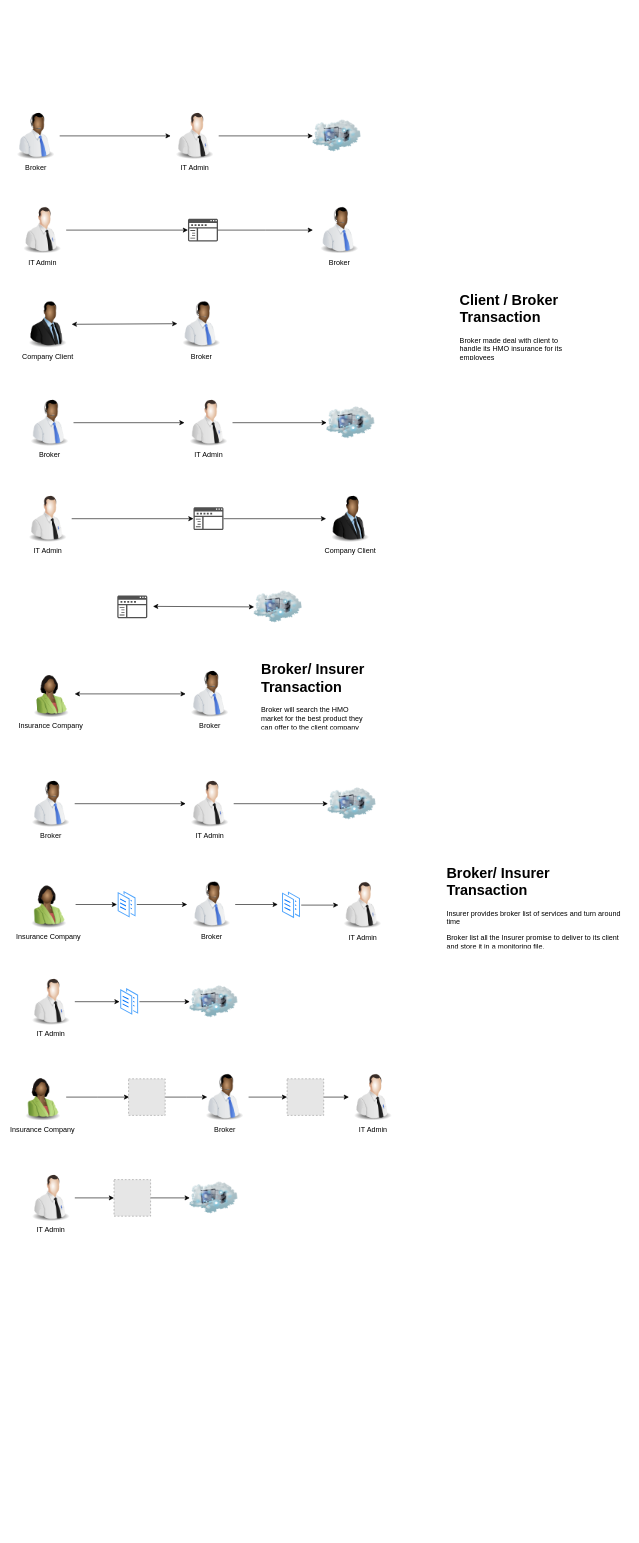
Before: page "current system claim process" (2 of 10) of howdengroup.drawio in jasarvn/howdengroup, a draw.io diagram. Source tidied: cells renumbered, new cells numbered last; positions are measured from the earlier drawing's top-left corner, leaving out a move shared by most shapes. Both pictures are drawn from the tidied source at 60%, with x=0, y=0 at pixel (11, 112). Pictures stored in the file or linked from it are replaced by grey dashed boxes.
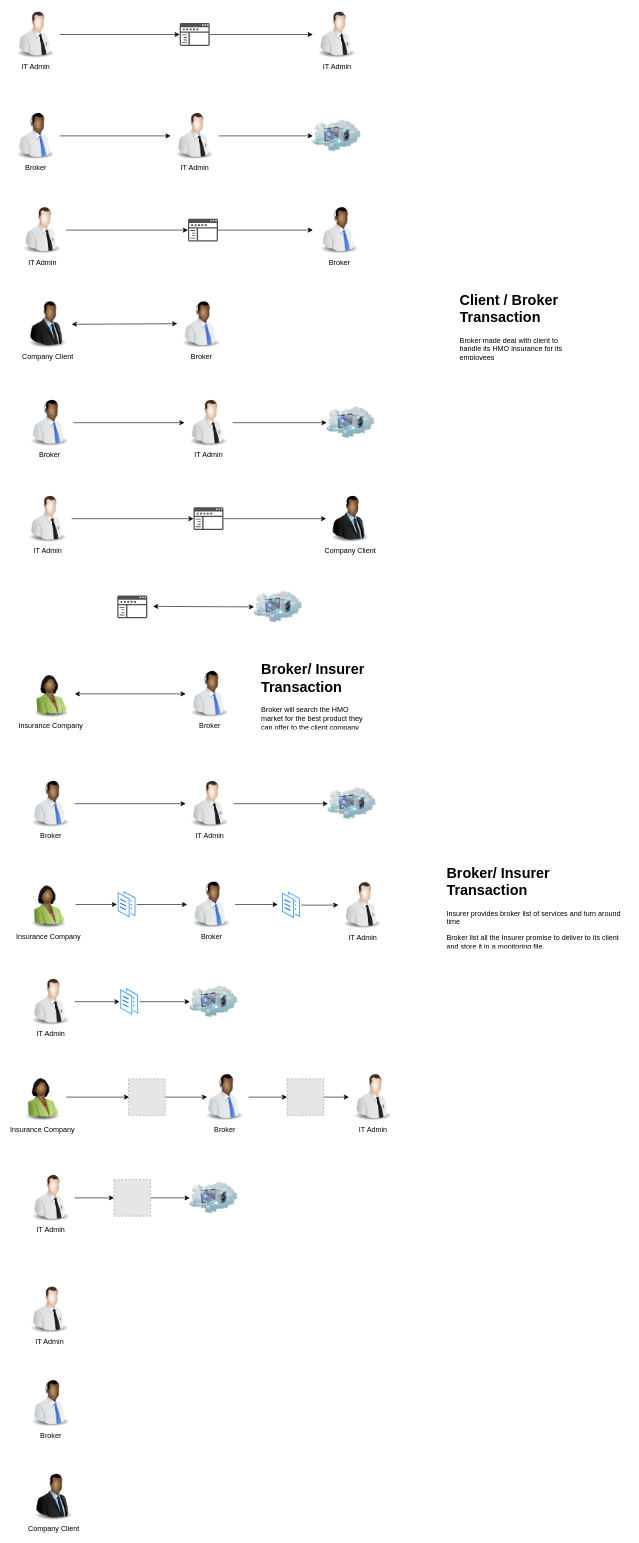
After the change.

Diff of the diagram source:
```diff
@@
+    <mxCell id="67" style="edgeStyle=orthogonalEdgeStyle;rounded=0;jettySize=auto;html=1;exitX=1;exitY=0.5;exitDx=0;exitDy=0;" parent="1" edge="1" source="68" target="71">
+      <mxGeometry relative="1" as="geometry" />
+    </mxCell>
+    <mxCell id="68" value="IT Admin" style="image;html=1;labelBackgroundColor=#ffffff;image=img/lib/clip_art/people/Tech_Man_128x128.png;" parent="1" vertex="1">
+      <mxGeometry y="-169" width="80" height="80" as="geometry" />
+    </mxCell>
+    <mxCell id="69" value="IT Admin" style="image;html=1;labelBackgroundColor=#ffffff;image=img/lib/clip_art/people/Tech_Man_128x128.png;" parent="1" vertex="1">
+      <mxGeometry x="502" y="-169" width="80" height="80" as="geometry" />
+    </mxCell>
+    <mxCell id="70" style="edgeStyle=orthogonalEdgeStyle;rounded=0;jettySize=auto;html=1;exitX=1;exitY=0.5;exitDx=0;exitDy=0;exitPerimeter=0;entryX=0;entryY=0.5;entryDx=0;entryDy=0;" parent="1" edge="1" source="71" target="69">
+      <mxGeometry relative="1" as="geometry" />
+    </mxCell>
+    <mxCell id="71" style="shadow=0;dashed=0;html=1;strokeColor=none;labelPosition=center;verticalLabelPosition=bottom;verticalAlign=top;align=center;fillColor=#505050;shape=mxgraph.mscae.intune.company_portal;" parent="1" vertex="1">
+      <mxGeometry x="280" y="-148" width="50" height="38" as="geometry" />
+    </mxCell>
+    <mxCell id="72" value="Company Client" style="image;html=1;labelBackgroundColor=#ffffff;image=img/lib/clip_art/people/Suit_Man_Black_128x128.png;" parent="1" vertex="1">
+      <mxGeometry x="30" y="2268" width="80" height="80" as="geometry" />
+    </mxCell>
+    <mxCell id="73" value="IT Admin" style="image;html=1;labelBackgroundColor=#ffffff;image=img/lib/clip_art/people/Tech_Man_128x128.png;" parent="1" vertex="1">
+      <mxGeometry x="23" y="1956" width="80" height="80" as="geometry" />
+    </mxCell>
+    <mxCell id="74" value="Broker" style="image;html=1;labelBackgroundColor=#ffffff;image=img/lib/clip_art/people/Telesales_Man_Black_128x128.png;" parent="1" vertex="1">
+      <mxGeometry x="25" y="2112" width="80" height="80" as="geometry" />
+    </mxCell>
```
